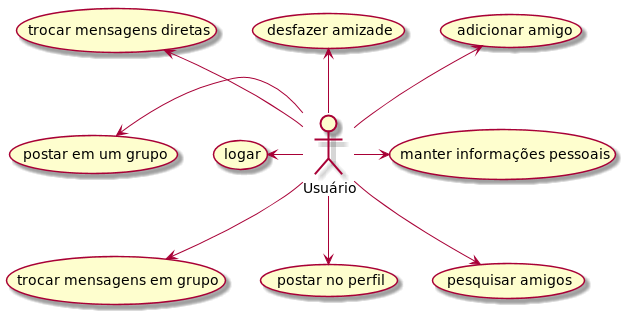
Before: docs/caso_uso.png, a diagram exported from PlantUML (DhiegoV/Dez-seis).
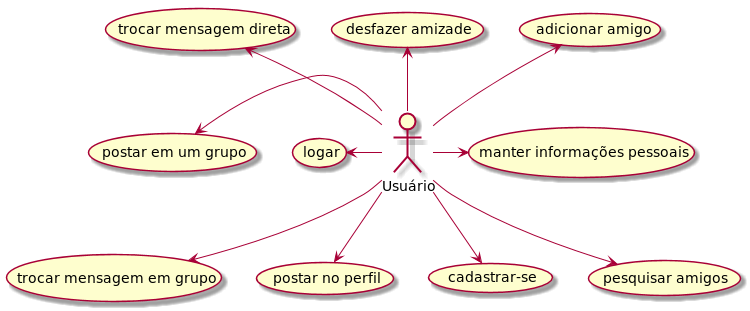
The same diagram one commit later.

The edit, as a diff of the source:
```diff
@@ -6,10 +6,11 @@
 usr -left-> (logar)
 usr -up-> (adicionar amigo)
 usr -up-> (desfazer amizade)
-usr -up-> (trocar mensagens diretas)
-usr -down-> (trocar mensagens em grupo)
+usr -up-> (trocar mensagem direta)
+usr -down-> (trocar mensagem em grupo)
 usr -down-> (postar no perfil)
 usr -left-> (postar em um grupo)
+usr -down-> (cadastrar-se)
 usr -down-> (pesquisar amigos)
 
 @enduml
```
